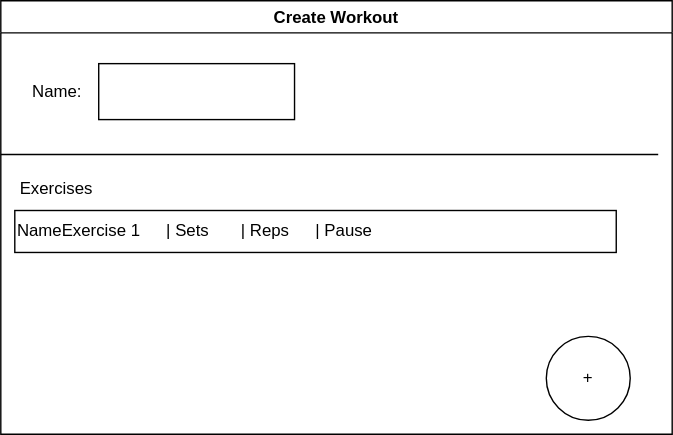
The draw.io diagram MockUpCreateWorkout.drawio.svg in willizielke/FitnessWebAppDocumentation, before a commit. Source tidied: cells renumbered, new cells last; positions are measured from the earlier drawing's top-left corner, leaving out a move shared by most shapes. Its diagram source:
```xml
<mxGraphModel>
  <root>
    <mxCell id="0" />
    <mxCell id="1" parent="0" />
    <mxCell id="2" value="Create Workout" style="swimlane;" parent="1" vertex="1">
      <mxGeometry width="480" height="310" as="geometry" />
    </mxCell>
    <mxCell id="3" style="rounded=0;whiteSpace=wrap;html=1;" parent="2" vertex="1">
      <mxGeometry x="70" y="45" width="140" height="40" as="geometry" />
    </mxCell>
    <mxCell id="4" value="Name:" style="text;html=1;align=center;verticalAlign=middle;strokeColor=none;fillColor=none;" parent="2" vertex="1">
      <mxGeometry x="10" y="50" width="60" height="30" as="geometry" />
    </mxCell>
    <mxCell id="5" value="+" style="ellipse;whiteSpace=wrap;html=1;" parent="2" vertex="1">
      <mxGeometry x="390" y="240" width="60" height="60" as="geometry" />
    </mxCell>
    <mxCell id="6" value="Exercises" style="text;html=1;strokeColor=none;fillColor=none;align=center;verticalAlign=middle;whiteSpace=wrap;rounded=0;" parent="2" vertex="1">
      <mxGeometry x="10" y="120" width="60" height="30" as="geometry" />
    </mxCell>
    <mxCell id="7" value="NameExercise 1&amp;nbsp;&lt;span style=&quot;white-space: pre;&quot;&gt;&#9;&lt;/span&gt;| Sets&lt;span style=&quot;white-space: pre;&quot;&gt;&#9;&lt;/span&gt;| Reps&lt;span style=&quot;white-space: pre;&quot;&gt;&#9;&lt;/span&gt;| Pause" style="rounded=0;whiteSpace=wrap;html=1;align=left;" parent="2" vertex="1">
      <mxGeometry x="10" y="150" width="430" height="30" as="geometry" />
    </mxCell>
    <mxCell id="8" style="endArrow=none;html=1;rounded=0;" parent="1" edge="1">
      <mxGeometry relative="1" as="geometry">
        <mxPoint y="110" as="sourcePoint" />
        <mxPoint x="470" y="110" as="targetPoint" />
        <Array as="points">
          <mxPoint x="420" y="110" />
        </Array>
      </mxGeometry>
    </mxCell>
  </root>
</mxGraphModel>
```
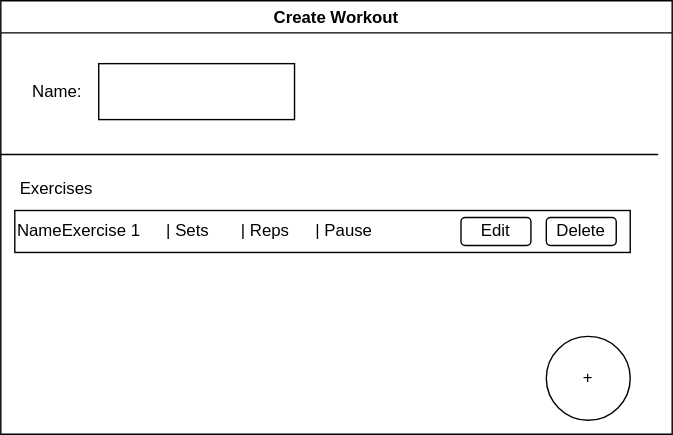
Later version of the same file.

What changed in the source:
```diff
@@ -18,8 +18,14 @@
       <mxGeometry x="10" y="120" width="60" height="30" as="geometry" />
     </mxCell>
     <mxCell id="7" value="NameExercise 1&amp;nbsp;&lt;span style=&quot;white-space: pre;&quot;&gt;&#9;&lt;/span&gt;| Sets&lt;span style=&quot;white-space: pre;&quot;&gt;&#9;&lt;/span&gt;| Reps&lt;span style=&quot;white-space: pre;&quot;&gt;&#9;&lt;/span&gt;| Pause" style="rounded=0;whiteSpace=wrap;html=1;align=left;" parent="2" vertex="1">
-      <mxGeometry x="10" y="150" width="430" height="30" as="geometry" />
+      <mxGeometry x="10" y="150" width="440" height="30" as="geometry" />
     </mxCell>
+    <mxCell id="9" value="Edit" style="rounded=1;whiteSpace=wrap;html=1;" parent="2" vertex="1">
+      <mxGeometry x="329" y="155" width="50" height="20" as="geometry" />
+    </mxCell>
+    <mxCell id="10" value="Delete" style="rounded=1;whiteSpace=wrap;html=1;" parent="2" vertex="1">
+      <mxGeometry x="390" y="155" width="50" height="20" as="geometry" />
+    </mxCell>
     <mxCell id="8" style="endArrow=none;html=1;rounded=0;" parent="1" edge="1">
       <mxGeometry relative="1" as="geometry">
         <mxPoint y="110" as="sourcePoint" />
```
